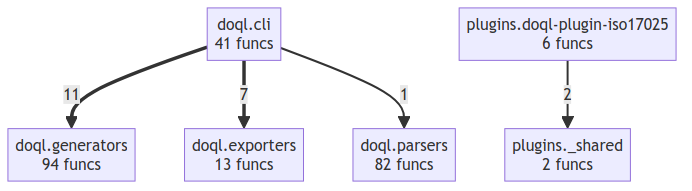
Above: project/compact_flow.png in oqlos/doql (Mermaid), before the change. Its source is kept beside it as project/compact_flow.mmd.
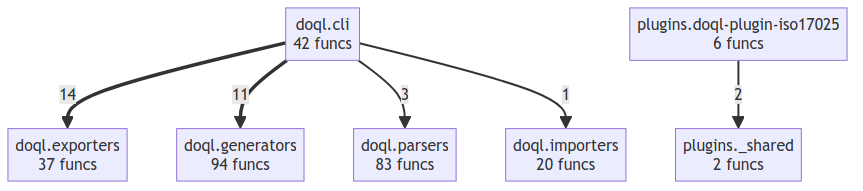
After the commit.

The edit, as a diff of the source:
```diff
@@ -1,11 +1,13 @@
 flowchart TD
-    doql__cli["doql.cli<br/>41 funcs"]
-    doql__exporters["doql.exporters<br/>13 funcs"]
+    doql__cli["doql.cli<br/>42 funcs"]
+    doql__exporters["doql.exporters<br/>37 funcs"]
     doql__generators["doql.generators<br/>94 funcs"]
-    doql__parsers["doql.parsers<br/>82 funcs"]
+    doql__importers["doql.importers<br/>20 funcs"]
+    doql__parsers["doql.parsers<br/>83 funcs"]
     plugins___shared["plugins._shared<br/>2 funcs"]
     plugins__doql_plugin_iso17025["plugins.doql-plugin-iso17025<br/>6 funcs"]
+    doql__cli ==>|14| doql__exporters
     doql__cli ==>|11| doql__generators
-    doql__cli ==>|7| doql__exporters
+    doql__cli -->|3| doql__parsers
     plugins__doql_plugin_iso17025 -->|2| plugins___shared
-    doql__cli -->|1| doql__parsers
+    doql__cli -->|1| doql__importers
```
